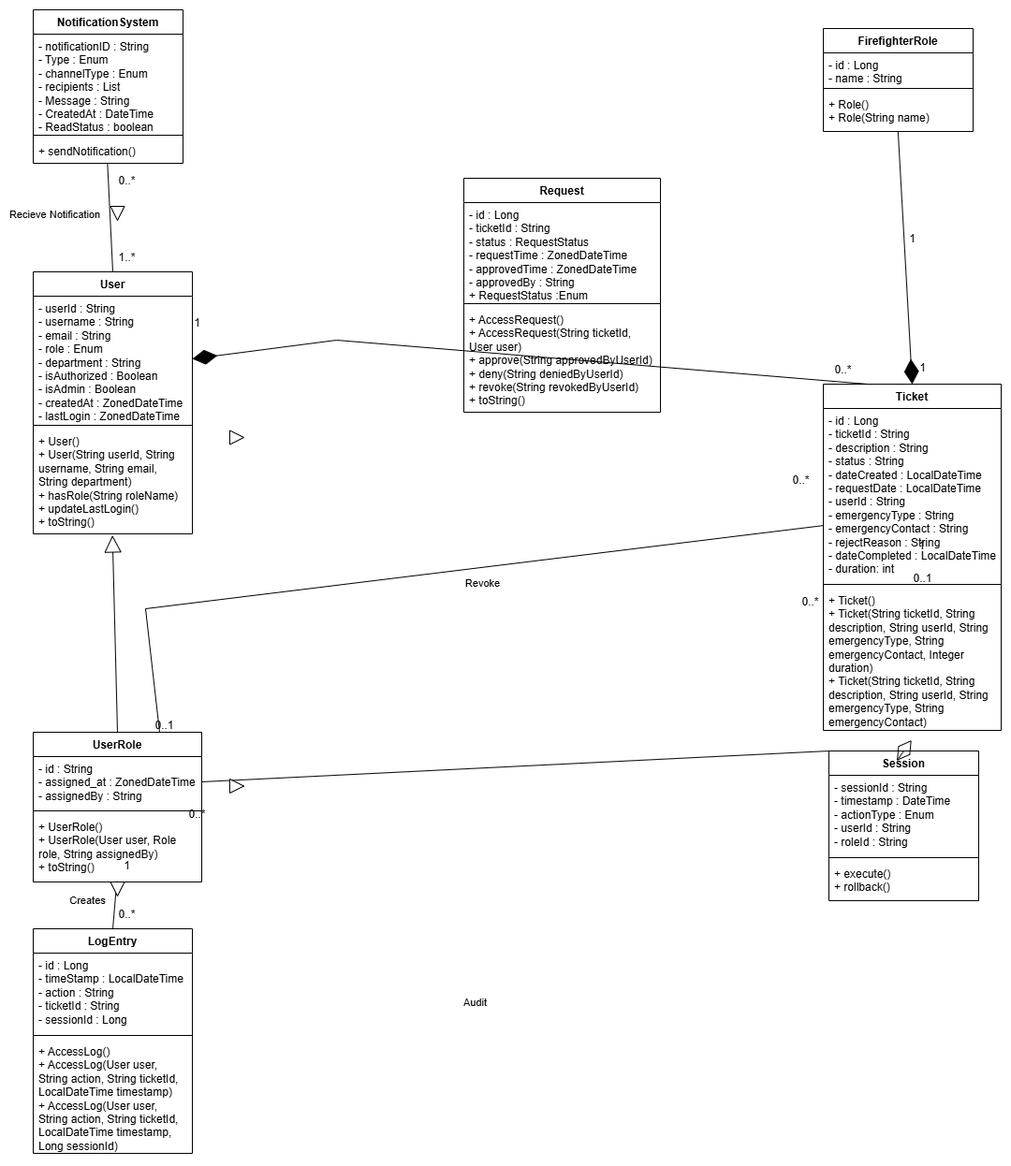
Before: Documentation/Domain Model.png, a diagram exported from draw.io (COS301-SE-2025/Fire-Fighter). Source tidied: cells renumbered, new cells last; positions are measured from the earlier drawing's top-left corner, leaving out a move shared by most shapes.
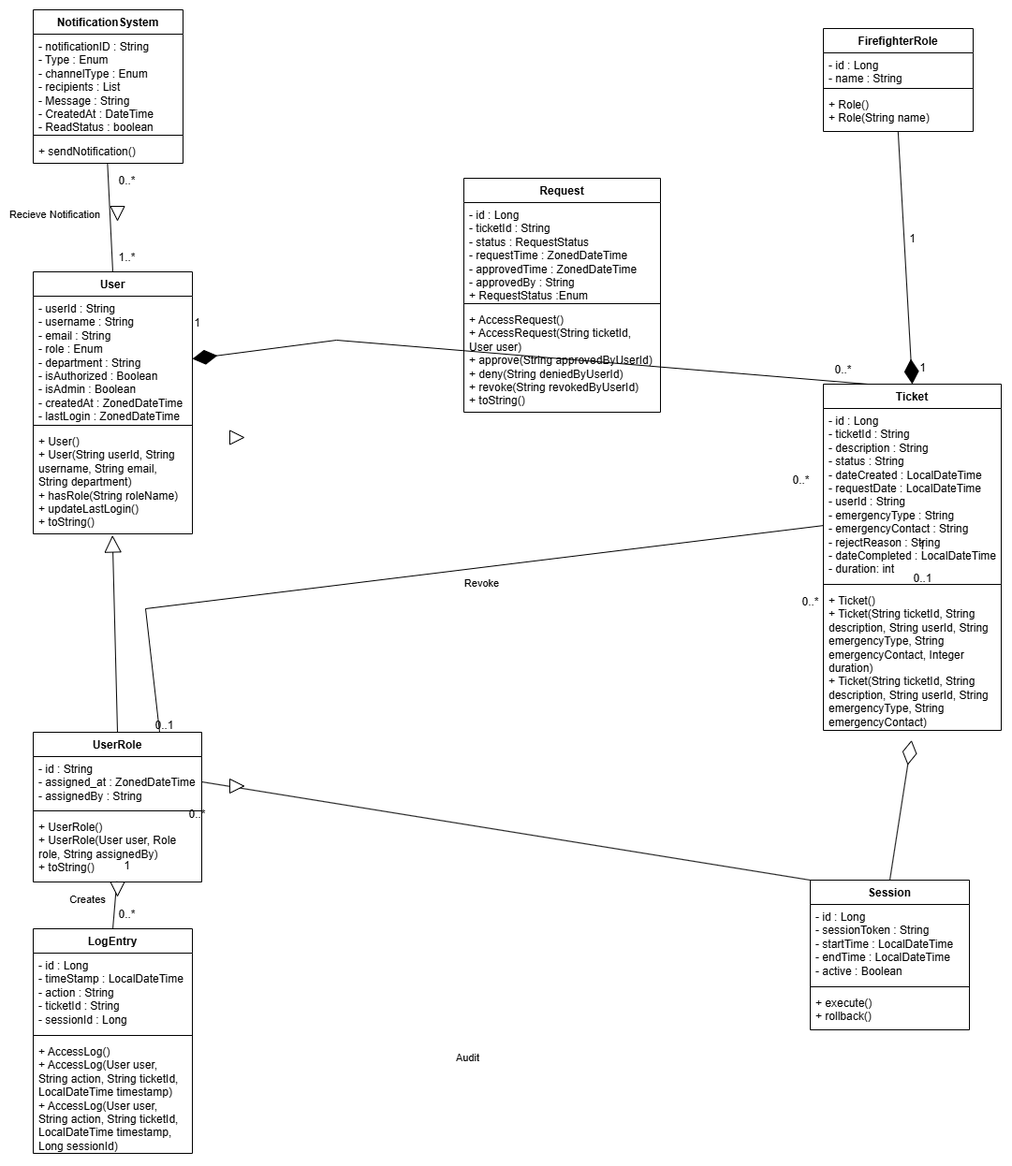
The same file after the commit.

Commit message:
Updated Session mathods

The edit, as a diff of the source:
```diff
@@ -39,16 +39,16 @@
       <mxGeometry y="218" width="190" height="152" as="geometry" />
     </mxCell>
     <mxCell id="14" value="Session" style="swimlane;fontStyle=1;align=center;verticalAlign=top;horizontal=1;startSize=26;whiteSpace=wrap;html=1;" parent="1" vertex="1">
-      <mxGeometry x="850" y="792" width="160" height="160" as="geometry" />
+      <mxGeometry x="830" y="930" width="170" height="160" as="geometry" />
     </mxCell>
-    <mxCell id="15" value="- sessionId : String&lt;div&gt;- timestamp : DateTime&lt;/div&gt;&lt;div&gt;- actionType : Enum&lt;/div&gt;&lt;div&gt;- userId : String&lt;/div&gt;&lt;div&gt;- roleId : String&lt;/div&gt;" style="text;strokeColor=none;fillColor=none;align=left;verticalAlign=top;spacingLeft=4;spacingRight=4;overflow=hidden;whiteSpace=wrap;html=1;" parent="14" vertex="1">
-      <mxGeometry y="26" width="160" height="84" as="geometry" />
+    <mxCell id="15" value="- id : Long&lt;div&gt;- sessionToken : String&lt;/div&gt;&lt;div&gt;- startTime : LocalDateTime&amp;nbsp;&lt;/div&gt;&lt;div&gt;- endTime : LocalDateTime&amp;nbsp;&lt;/div&gt;&lt;div&gt;- active : Boolean&lt;/div&gt;" style="text;strokeColor=none;fillColor=none;align=left;verticalAlign=top;spacingLeft=4;spacingRight=4;overflow=hidden;whiteSpace=wrap;html=1;" parent="14" vertex="1">
+      <mxGeometry y="26" width="170" height="84" as="geometry" />
     </mxCell>
     <mxCell id="16" style="line;strokeWidth=1;fillColor=none;align=left;verticalAlign=middle;spacingTop=-1;spacingLeft=3;spacingRight=3;labelPosition=right;strokeColor=inherit;" parent="14" vertex="1">
-      <mxGeometry y="110" width="160" height="8" as="geometry" />
+      <mxGeometry y="110" width="170" height="8" as="geometry" />
     </mxCell>
     <mxCell id="17" value="+ execute()&lt;div&gt;+ rollback()&lt;/div&gt;" style="text;strokeColor=none;fillColor=none;align=left;verticalAlign=top;spacingLeft=4;spacingRight=4;overflow=hidden;whiteSpace=wrap;html=1;" parent="14" vertex="1">
-      <mxGeometry y="118" width="160" height="42" as="geometry" />
+      <mxGeometry y="118" width="170" height="42" as="geometry" />
     </mxCell>
     <mxCell id="18" value="UserRole" style="swimlane;fontStyle=1;align=center;verticalAlign=top;horizontal=1;startSize=26;whiteSpace=wrap;html=1;" parent="1" vertex="1">
       <mxGeometry y="772" width="180" height="160" as="geometry" />
```
